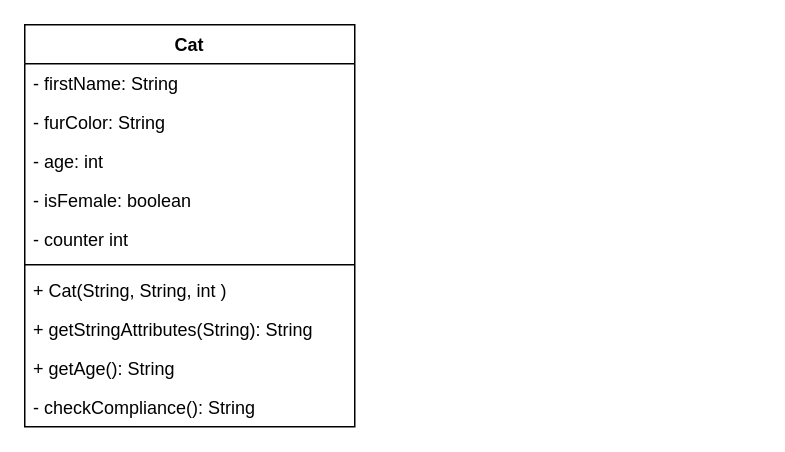
Git4hobby/02d_Klassen_Objekte_III_Uebung2 keeps this draw.io diagram as page "Cat2" (2 of 2) of klassendiagramm.drawio. Above is the earlier version. Source tidied: cells renumbered, new cells numbered last; positions are measured from the earlier drawing's top-left corner, leaving out a move shared by most shapes. Both pictures are drawn from the tidied source at 150%, with x=0, y=0 at pixel (24, 24).
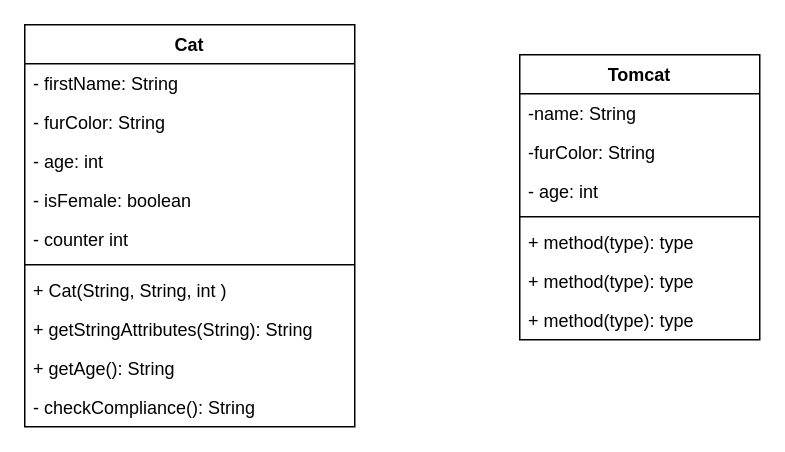
The same diagram, later.

What changed in the source:
```diff
@@
+    <mxCell id="13" value="Tomcat" style="swimlane;fontStyle=1;align=center;verticalAlign=top;horizontal=1;startSize=26;" parent="1" vertex="1">
+      <mxGeometry x="330" y="20" width="160" height="190" as="geometry" />
+    </mxCell>
+    <mxCell id="14" value="-name: String" style="text;strokeColor=none;fillColor=none;align=left;verticalAlign=top;spacingLeft=4;spacingRight=4;overflow=hidden;" parent="13" vertex="1">
+      <mxGeometry y="26" width="160" height="26" as="geometry" />
+    </mxCell>
+    <mxCell id="15" value="-furColor: String" style="text;strokeColor=none;fillColor=none;align=left;verticalAlign=top;spacingLeft=4;spacingRight=4;overflow=hidden;" parent="13" vertex="1">
+      <mxGeometry y="52" width="160" height="26" as="geometry" />
+    </mxCell>
+    <mxCell id="16" value="- age: int" style="text;strokeColor=none;fillColor=none;align=left;verticalAlign=top;spacingLeft=4;spacingRight=4;overflow=hidden;" parent="13" vertex="1">
+      <mxGeometry y="78" width="160" height="26" as="geometry" />
+    </mxCell>
+    <mxCell id="17" style="line;strokeWidth=1;fillColor=none;align=left;verticalAlign=middle;spacingTop=-1;spacingLeft=3;spacingRight=3;labelPosition=right;strokeColor=inherit;" parent="13" vertex="1">
+      <mxGeometry y="104" width="160" height="8" as="geometry" />
+    </mxCell>
+    <mxCell id="18" value="+ method(type): type" style="text;strokeColor=none;fillColor=none;align=left;verticalAlign=top;spacingLeft=4;spacingRight=4;overflow=hidden;" parent="13" vertex="1">
+      <mxGeometry y="112" width="160" height="26" as="geometry" />
+    </mxCell>
+    <mxCell id="19" value="+ method(type): type" style="text;strokeColor=none;fillColor=none;align=left;verticalAlign=top;spacingLeft=4;spacingRight=4;overflow=hidden;" parent="13" vertex="1">
+      <mxGeometry y="138" width="160" height="26" as="geometry" />
+    </mxCell>
+    <mxCell id="20" value="+ method(type): type" style="text;strokeColor=none;fillColor=none;align=left;verticalAlign=top;spacingLeft=4;spacingRight=4;overflow=hidden;" parent="13" vertex="1">
+      <mxGeometry y="164" width="160" height="26" as="geometry" />
+    </mxCell>
```
